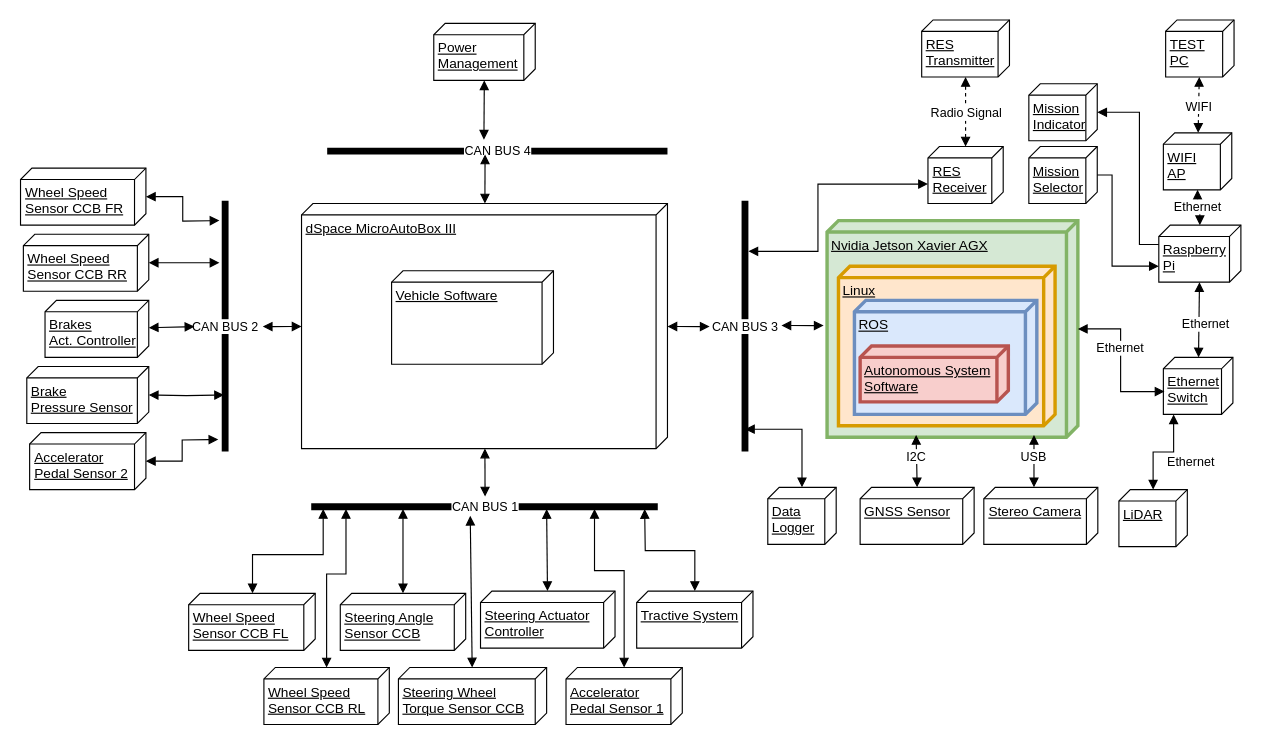
Above: ressources/figures/AS_Deployment_Diagram.drawio in Beomar97/path-planning-docs (draw.io), before the change. Source tidied: cells renumbered, new cells numbered last; positions are measured from the earlier drawing's top-left corner, leaving out a move shared by most shapes. Both pictures are drawn from the tidied source at 114%, with x=0, y=0 at pixel (21, 19).
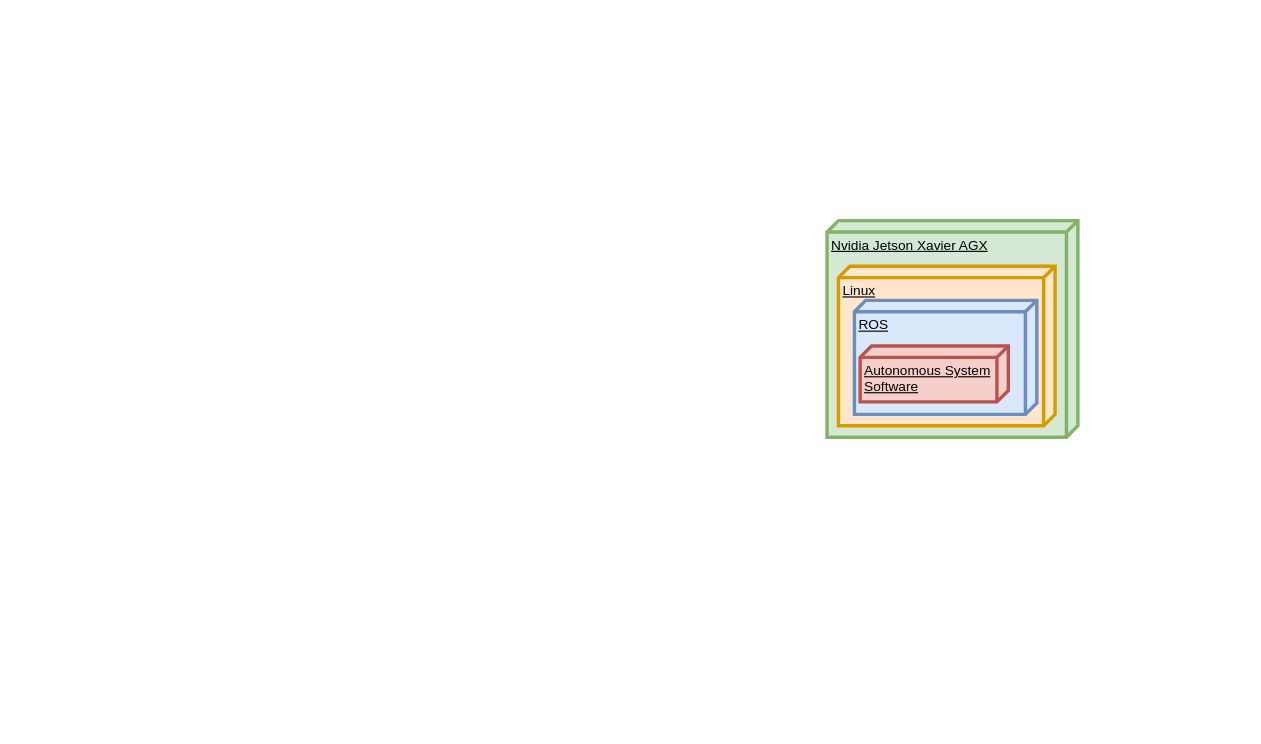
After the change.

Unchanged cells that the change refers to:
```xml
<mxCell id="3" value="Nvidia Jetson Xavier AGX" style="verticalAlign=top;align=left;spacingTop=8;spacingLeft=2;spacingRight=12;shape=cube;size=10;direction=south;fontStyle=4;html=1;fillColor=#d5e8d4;strokeColor=#82b366;strokeWidth=3;" parent="1" vertex="1">
  <mxGeometry x="707" y="176" width="220" height="190" as="geometry" />
</mxCell>
```

The edit, as a diff of the source:
```diff
@@
-    <mxCell id="2" value="dSpace MicroAutoBox III" style="verticalAlign=top;align=left;spacingTop=8;spacingLeft=2;spacingRight=12;shape=cube;size=10;direction=south;fontStyle=4;html=1;" parent="1" vertex="1">
-      <mxGeometry x="246" y="161" width="321" height="215" as="geometry" />
-    </mxCell>
@@
-    <mxCell id="4" value="Vehicle Software" style="verticalAlign=top;align=left;spacingTop=8;spacingLeft=2;spacingRight=12;shape=cube;size=10;direction=south;fontStyle=4;html=1;" parent="1" vertex="1">
-      <mxGeometry x="325" y="220" width="142" height="82" as="geometry" />
-    </mxCell>
-    <mxCell id="5" value="Steering Actuator&lt;br&gt;Controller" style="verticalAlign=top;align=left;spacingTop=8;spacingLeft=2;spacingRight=12;shape=cube;size=10;direction=south;fontStyle=4;html=1;" parent="1" vertex="1">
-      <mxGeometry x="403" y="501" width="118" height="50" as="geometry" />
-    </mxCell>
-    <mxCell id="6" value="Brake&lt;br&gt;Pressure Sensor" style="verticalAlign=top;align=left;spacingTop=8;spacingLeft=2;spacingRight=12;shape=cube;size=10;direction=south;fontStyle=4;html=1;" parent="1" vertex="1">
-      <mxGeometry x="5" y="304" width="107" height="50" as="geometry" />
-    </mxCell>
-    <mxCell id="7" value="Steering Angle&lt;br&gt;Sensor CCB" style="verticalAlign=top;align=left;spacingTop=8;spacingLeft=2;spacingRight=12;shape=cube;size=10;direction=south;fontStyle=4;html=1;" parent="1" vertex="1">
-      <mxGeometry x="280" y="503" width="110" height="50" as="geometry" />
-    </mxCell>
-    <mxCell id="8" value="Wheel Speed&lt;br&gt;Sensor CCB FL" style="verticalAlign=top;align=left;spacingTop=8;spacingLeft=2;spacingRight=12;shape=cube;size=10;direction=south;fontStyle=4;html=1;" parent="1" vertex="1">
-      <mxGeometry x="147" y="503" width="111" height="50" as="geometry" />
-    </mxCell>
-    <mxCell id="9" value="Steering Wheel&lt;br&gt;Torque Sensor CCB" style="verticalAlign=top;align=left;spacingTop=8;spacingLeft=2;spacingRight=12;shape=cube;size=10;direction=south;fontStyle=4;html=1;" parent="1" vertex="1">
-      <mxGeometry x="331" y="568" width="130" height="50" as="geometry" />
-    </mxCell>
-    <mxCell id="10" value="Wheel Speed&lt;br&gt;Sensor CCB FR" style="verticalAlign=top;align=left;spacingTop=8;spacingLeft=2;spacingRight=12;shape=cube;size=10;direction=south;fontStyle=4;html=1;" parent="1" vertex="1">
-      <mxGeometry x="-0.5" y="130" width="110" height="50" as="geometry" />
-    </mxCell>
-    <mxCell id="11" value="Wheel Speed&lt;br&gt;Sensor CCB RR" style="verticalAlign=top;align=left;spacingTop=8;spacingLeft=2;spacingRight=12;shape=cube;size=10;direction=south;fontStyle=4;html=1;" parent="1" vertex="1">
-      <mxGeometry x="2" y="188" width="110" height="50" as="geometry" />
-    </mxCell>
-    <mxCell id="12" value="Wheel Speed&lt;br&gt;Sensor CCB RL" style="verticalAlign=top;align=left;spacingTop=8;spacingLeft=2;spacingRight=12;shape=cube;size=10;direction=south;fontStyle=4;html=1;" parent="1" vertex="1">
-      <mxGeometry x="213" y="568" width="110" height="50" as="geometry" />
-    </mxCell>
-    <mxCell id="13" value="Ethernet&lt;br&gt;Switch" style="verticalAlign=top;align=left;spacingTop=8;spacingLeft=2;spacingRight=12;shape=cube;size=10;direction=south;fontStyle=4;html=1;" parent="1" vertex="1">
-      <mxGeometry x="1002" y="296" width="61" height="50" as="geometry" />
-    </mxCell>
-    <mxCell id="14" value="Stereo Camera" style="verticalAlign=top;align=left;spacingTop=8;spacingLeft=2;spacingRight=12;shape=cube;size=10;direction=south;fontStyle=4;html=1;" parent="1" vertex="1">
-      <mxGeometry x="844.5" y="410" width="100" height="50" as="geometry" />
-    </mxCell>
-    <mxCell id="15" value="GNSS Sensor" style="verticalAlign=top;align=left;spacingTop=8;spacingLeft=2;spacingRight=12;shape=cube;size=10;direction=south;fontStyle=4;html=1;" parent="1" vertex="1">
-      <mxGeometry x="736" y="410" width="100" height="50" as="geometry" />
-    </mxCell>
@@
-    <mxCell id="19" style="endArrow=block;startArrow=block;endFill=1;startFill=1;html=1;rounded=0;entryX=0;entryY=0;entryDx=30;entryDy=60;entryPerimeter=0;edgeStyle=orthogonalEdgeStyle;" parent="1" edge="1" source="3" target="13">
-      <mxGeometry relative="1" as="geometry" />
-    </mxCell>
-    <mxCell id="20" value="Ethernet" style="edgeLabel;html=1;align=center;verticalAlign=middle;" parent="19" vertex="1">
-      <mxGeometry x="-0.14" y="-3" relative="1" as="geometry">
-        <mxPoint x="2" y="-2" as="offset" />
-      </mxGeometry>
-    </mxCell>
-    <mxCell id="21" style="endArrow=block;startArrow=block;endFill=1;startFill=1;html=1;rounded=0;edgeStyle=orthogonalEdgeStyle;" parent="1" edge="1" target="14">
-      <mxGeometry relative="1" as="geometry">
-        <mxPoint x="888.5" y="364" as="sourcePoint" />
-        <Array as="points">
-          <mxPoint x="888.5" y="390" />
-          <mxPoint x="888.5" y="390" />
-        </Array>
-      </mxGeometry>
-    </mxCell>
-    <mxCell id="22" value="USB" style="edgeLabel;html=1;align=center;verticalAlign=middle;" parent="21" vertex="1">
-      <mxGeometry x="-0.14" y="-3" relative="1" as="geometry">
-        <mxPoint x="2" y="-2" as="offset" />
-      </mxGeometry>
-    </mxCell>
-    <mxCell id="23" style="endArrow=block;startArrow=block;endFill=1;startFill=1;html=1;rounded=0;edgeStyle=orthogonalEdgeStyle;exitX=1;exitY=0.577;exitDx=0;exitDy=0;exitPerimeter=0;" parent="1" edge="1" target="15">
-      <mxGeometry relative="1" as="geometry">
-        <mxPoint x="785.1" y="364" as="sourcePoint" />
-      </mxGeometry>
-    </mxCell>
-    <mxCell id="24" value="I2C" style="edgeLabel;html=1;align=center;verticalAlign=middle;" parent="23" vertex="1">
-      <mxGeometry x="-0.14" y="-3" relative="1" as="geometry">
-        <mxPoint x="2" y="-2" as="offset" />
-      </mxGeometry>
-    </mxCell>
-    <mxCell id="25" value="Tractive System" style="verticalAlign=top;align=left;spacingTop=8;spacingLeft=2;spacingRight=12;shape=cube;size=10;direction=south;fontStyle=4;html=1;" parent="1" vertex="1">
-      <mxGeometry x="540" y="501" width="102" height="50" as="geometry" />
-    </mxCell>
-    <mxCell id="26" value="LiDAR" style="verticalAlign=top;align=left;spacingTop=8;spacingLeft=2;spacingRight=12;shape=cube;size=10;direction=south;fontStyle=4;html=1;" parent="1" vertex="1">
-      <mxGeometry x="963" y="412" width="60" height="50" as="geometry" />
-    </mxCell>
-    <mxCell id="27" value="Raspberry&lt;br&gt;Pi" style="verticalAlign=top;align=left;spacingTop=8;spacingLeft=2;spacingRight=12;shape=cube;size=10;direction=south;fontStyle=4;html=1;" parent="1" vertex="1">
-      <mxGeometry x="998" y="180" width="72" height="50" as="geometry" />
-    </mxCell>
-    <mxCell id="28" style="endArrow=block;startArrow=block;endFill=1;startFill=1;html=1;rounded=0;" parent="1" edge="1" source="13" target="27">
-      <mxGeometry relative="1" as="geometry" />
-    </mxCell>
-    <mxCell id="29" value="Ethernet" style="edgeLabel;html=1;align=center;verticalAlign=middle;" parent="28" vertex="1">
-      <mxGeometry x="-0.14" y="-3" relative="1" as="geometry">
-        <mxPoint x="2" y="-2" as="offset" />
-      </mxGeometry>
-    </mxCell>
-    <mxCell id="30" style="endArrow=block;startArrow=block;endFill=1;startFill=1;html=1;rounded=0;edgeStyle=orthogonalEdgeStyle;" parent="1" edge="1" source="13" target="26">
-      <mxGeometry relative="1" as="geometry">
-        <Array as="points">
-          <mxPoint x="1011" y="379" />
-          <mxPoint x="993" y="379" />
-        </Array>
-      </mxGeometry>
-    </mxCell>
-    <mxCell id="31" value="Ethernet" style="edgeLabel;html=1;align=center;verticalAlign=middle;" parent="30" vertex="1">
-      <mxGeometry x="-0.14" y="-3" relative="1" as="geometry">
-        <mxPoint x="17" y="11" as="offset" />
-      </mxGeometry>
-    </mxCell>
-    <mxCell id="32" value="RES&lt;br&gt;Receiver" style="verticalAlign=top;align=left;spacingTop=8;spacingLeft=2;spacingRight=12;shape=cube;size=10;direction=south;fontStyle=4;html=1;" parent="1" vertex="1">
-      <mxGeometry x="795.5" y="111" width="66" height="50" as="geometry" />
-    </mxCell>
-    <mxCell id="33" value="RES&lt;br&gt;Transmitter" style="verticalAlign=top;align=left;spacingTop=8;spacingLeft=2;spacingRight=12;shape=cube;size=10;direction=south;fontStyle=4;html=1;" parent="1" vertex="1">
-      <mxGeometry x="790" width="77" height="50" as="geometry" />
-    </mxCell>
-    <mxCell id="34" style="endArrow=block;startArrow=block;endFill=1;startFill=1;html=1;rounded=0;dashed=1;" parent="1" edge="1" source="33" target="32">
-      <mxGeometry relative="1" as="geometry" />
-    </mxCell>
-    <mxCell id="35" value="Radio Signal" style="edgeLabel;html=1;align=center;verticalAlign=middle;" parent="34" vertex="1">
-      <mxGeometry x="-0.14" y="-3" relative="1" as="geometry">
-        <mxPoint x="3" y="5" as="offset" />
-      </mxGeometry>
-    </mxCell>
-    <mxCell id="36" value="TEST&lt;br&gt;PC" style="verticalAlign=top;align=left;spacingTop=8;spacingLeft=2;spacingRight=12;shape=cube;size=10;direction=south;fontStyle=4;html=1;" parent="1" vertex="1">
-      <mxGeometry x="1004" width="60" height="50" as="geometry" />
-    </mxCell>
-    <mxCell id="37" style="endArrow=block;startArrow=block;endFill=1;startFill=1;html=1;rounded=0;dashed=1;" parent="1" edge="1" source="71" target="36">
-      <mxGeometry relative="1" as="geometry" />
-    </mxCell>
-    <mxCell id="38" value="WIFI" style="edgeLabel;html=1;align=center;verticalAlign=middle;" parent="37" vertex="1">
-      <mxGeometry x="-0.14" y="-3" relative="1" as="geometry">
-        <mxPoint x="-3" y="-3" as="offset" />
-      </mxGeometry>
-    </mxCell>
-    <mxCell id="39" value="Power&lt;br&gt;Management" style="verticalAlign=top;align=left;spacingTop=8;spacingLeft=2;spacingRight=12;shape=cube;size=10;direction=south;fontStyle=4;html=1;" parent="1" vertex="1">
-      <mxGeometry x="362" y="3" width="89" height="50" as="geometry" />
-    </mxCell>
-    <mxCell id="40" style="endArrow=block;startArrow=block;endFill=1;startFill=1;html=1;rounded=0;" parent="1" edge="1" target="39">
-      <mxGeometry relative="1" as="geometry">
-        <mxPoint x="406" y="105" as="sourcePoint" />
-      </mxGeometry>
-    </mxCell>
-    <mxCell id="41" value="Accelerator&lt;br&gt;Pedal Sensor 1" style="verticalAlign=top;align=left;spacingTop=8;spacingLeft=2;spacingRight=12;shape=cube;size=10;direction=south;fontStyle=4;html=1;" parent="1" vertex="1">
-      <mxGeometry x="478" y="568" width="102" height="50" as="geometry" />
-    </mxCell>
-    <mxCell id="42" value="Accelerator&lt;br&gt;Pedal Sensor 2" style="verticalAlign=top;align=left;spacingTop=8;spacingLeft=2;spacingRight=12;shape=cube;size=10;direction=south;fontStyle=4;html=1;" parent="1" vertex="1">
-      <mxGeometry x="7.5" y="362" width="102" height="50" as="geometry" />
-    </mxCell>
-    <mxCell id="43" value="Brakes&lt;br&gt;Act. Controller" style="verticalAlign=top;align=left;spacingTop=8;spacingLeft=2;spacingRight=12;shape=cube;size=10;direction=south;fontStyle=4;html=1;" parent="1" vertex="1">
-      <mxGeometry x="21" y="246" width="91" height="50" as="geometry" />
-    </mxCell>
-    <mxCell id="44" value="CAN BUS 3" style="endArrow=none;html=1;rounded=0;strokeWidth=6;" parent="1" edge="1">
-      <mxGeometry relative="1" as="geometry">
-        <mxPoint x="635" y="378.5" as="sourcePoint" />
-        <mxPoint x="635" y="158.5" as="targetPoint" />
-      </mxGeometry>
-    </mxCell>
-    <mxCell id="45" value="CAN BUS 4" style="endArrow=none;html=1;rounded=0;strokeWidth=6;" parent="1" edge="1">
-      <mxGeometry relative="1" as="geometry">
-        <mxPoint x="268.5" y="115" as="sourcePoint" />
-        <mxPoint x="567" y="115" as="targetPoint" />
-      </mxGeometry>
-    </mxCell>
-    <mxCell id="46" value="CAN BUS 2" style="endArrow=none;html=1;rounded=0;strokeWidth=6;" parent="1" edge="1">
-      <mxGeometry relative="1" as="geometry">
-        <mxPoint x="179" y="378.5" as="sourcePoint" />
-        <mxPoint x="179" y="158.5" as="targetPoint" />
-      </mxGeometry>
-    </mxCell>
-    <mxCell id="47" value="CAN BUS 1" style="endArrow=none;html=1;rounded=0;strokeWidth=6;" parent="1" edge="1">
-      <mxGeometry relative="1" as="geometry">
-        <mxPoint x="558.5" y="427" as="sourcePoint" />
-        <mxPoint x="254.5" y="427" as="targetPoint" />
-      </mxGeometry>
-    </mxCell>
-    <mxCell id="48" style="endArrow=block;startArrow=block;endFill=1;startFill=1;html=1;rounded=0;" parent="1" edge="1" source="2">
-      <mxGeometry relative="1" as="geometry">
-        <mxPoint x="407" y="118" as="targetPoint" />
-      </mxGeometry>
-    </mxCell>
-    <mxCell id="49" style="endArrow=block;startArrow=block;endFill=1;startFill=1;html=1;rounded=0;" parent="1" edge="1" source="2">
-      <mxGeometry relative="1" as="geometry">
-        <mxPoint x="604" y="269" as="targetPoint" />
-      </mxGeometry>
-    </mxCell>
-    <mxCell id="50" style="endArrow=block;startArrow=block;endFill=1;startFill=1;html=1;rounded=0;" parent="1" edge="1" source="2">
-      <mxGeometry relative="1" as="geometry">
-        <mxPoint x="407" y="418" as="targetPoint" />
-      </mxGeometry>
-    </mxCell>
-    <mxCell id="51" style="endArrow=block;startArrow=block;endFill=1;startFill=1;html=1;rounded=0;" parent="1" edge="1" source="2">
-      <mxGeometry relative="1" as="geometry">
-        <mxPoint x="212" y="269" as="targetPoint" />
-      </mxGeometry>
-    </mxCell>
-    <mxCell id="52" style="endArrow=block;startArrow=block;endFill=1;startFill=1;html=1;rounded=0;" parent="1" edge="1">
-      <mxGeometry relative="1" as="geometry">
-        <mxPoint x="667" y="268" as="sourcePoint" />
-        <mxPoint x="704" y="268.1" as="targetPoint" />
-      </mxGeometry>
-    </mxCell>
-    <mxCell id="53" style="endArrow=block;startArrow=block;endFill=1;startFill=1;html=1;rounded=0;edgeStyle=orthogonalEdgeStyle;" parent="1" edge="1" target="32">
-      <mxGeometry relative="1" as="geometry">
-        <mxPoint x="638" y="203" as="sourcePoint" />
-        <Array as="points">
-          <mxPoint x="699" y="203" />
-          <mxPoint x="699" y="144" />
-        </Array>
-      </mxGeometry>
-    </mxCell>
-    <mxCell id="54" style="endArrow=block;startArrow=block;endFill=1;startFill=1;html=1;rounded=0;edgeStyle=orthogonalEdgeStyle;" parent="1" edge="1" target="25">
-      <mxGeometry relative="1" as="geometry">
-        <mxPoint x="547" y="429" as="sourcePoint" />
-      </mxGeometry>
-    </mxCell>
-    <mxCell id="55" style="endArrow=block;startArrow=block;endFill=1;startFill=1;html=1;rounded=0;" parent="1" edge="1" target="5">
-      <mxGeometry relative="1" as="geometry">
-        <mxPoint x="461" y="429" as="sourcePoint" />
-      </mxGeometry>
-    </mxCell>
-    <mxCell id="56" style="endArrow=block;startArrow=block;endFill=1;startFill=1;html=1;rounded=0;" parent="1" edge="1" target="9">
-      <mxGeometry relative="1" as="geometry">
-        <mxPoint x="394" y="435" as="sourcePoint" />
-      </mxGeometry>
-    </mxCell>
-    <mxCell id="57" style="endArrow=block;startArrow=block;endFill=1;startFill=1;html=1;rounded=0;" parent="1" edge="1" target="7">
-      <mxGeometry relative="1" as="geometry">
-        <mxPoint x="335" y="429" as="sourcePoint" />
-      </mxGeometry>
-    </mxCell>
-    <mxCell id="58" style="endArrow=block;startArrow=block;endFill=1;startFill=1;html=1;rounded=0;edgeStyle=orthogonalEdgeStyle;" parent="1" edge="1" target="41">
-      <mxGeometry relative="1" as="geometry">
-        <mxPoint x="503" y="429" as="sourcePoint" />
-        <Array as="points">
-          <mxPoint x="503" y="429" />
-          <mxPoint x="503" y="483" />
-          <mxPoint x="529" y="483" />
-        </Array>
-      </mxGeometry>
-    </mxCell>
-    <mxCell id="59" style="endArrow=block;startArrow=block;endFill=1;startFill=1;html=1;rounded=0;edgeStyle=orthogonalEdgeStyle;" parent="1" edge="1" target="12">
-      <mxGeometry relative="1" as="geometry">
-        <mxPoint x="285" y="429" as="sourcePoint" />
-        <Array as="points">
-          <mxPoint x="285" y="486" />
-          <mxPoint x="268" y="486" />
-        </Array>
-      </mxGeometry>
-    </mxCell>
-    <mxCell id="60" style="endArrow=block;startArrow=block;endFill=1;startFill=1;html=1;rounded=0;edgeStyle=orthogonalEdgeStyle;" parent="1" edge="1" target="8">
-      <mxGeometry relative="1" as="geometry">
-        <mxPoint x="265" y="429" as="sourcePoint" />
-        <Array as="points">
-          <mxPoint x="265" y="469" />
-          <mxPoint x="203" y="469" />
-        </Array>
-      </mxGeometry>
-    </mxCell>
-    <mxCell id="61" style="endArrow=block;startArrow=block;endFill=1;startFill=1;html=1;rounded=0;edgeStyle=orthogonalEdgeStyle;" parent="1" edge="1" target="6">
-      <mxGeometry relative="1" as="geometry">
-        <mxPoint x="178" y="329" as="sourcePoint" />
-      </mxGeometry>
-    </mxCell>
-    <mxCell id="62" style="endArrow=block;startArrow=block;endFill=1;startFill=1;html=1;rounded=0;" parent="1" edge="1" source="43">
-      <mxGeometry relative="1" as="geometry">
-        <mxPoint x="152" y="269" as="targetPoint" />
-      </mxGeometry>
-    </mxCell>
-    <mxCell id="63" style="endArrow=block;startArrow=block;endFill=1;startFill=1;html=1;rounded=0;edgeStyle=orthogonalEdgeStyle;" parent="1" edge="1" source="11">
-      <mxGeometry relative="1" as="geometry">
-        <mxPoint x="174" y="213" as="targetPoint" />
-      </mxGeometry>
-    </mxCell>
-    <mxCell id="64" style="endArrow=block;startArrow=block;endFill=1;startFill=1;html=1;rounded=0;edgeStyle=orthogonalEdgeStyle;" parent="1" edge="1" source="10">
-      <mxGeometry relative="1" as="geometry">
-        <mxPoint x="174" y="176" as="targetPoint" />
-      </mxGeometry>
-    </mxCell>
-    <mxCell id="65" style="endArrow=block;startArrow=block;endFill=1;startFill=1;html=1;rounded=0;edgeStyle=orthogonalEdgeStyle;" parent="1" edge="1" source="42">
-      <mxGeometry relative="1" as="geometry">
-        <mxPoint x="173" y="368" as="targetPoint" />
-      </mxGeometry>
-    </mxCell>
-    <mxCell id="66" value="Mission&lt;br&gt;Selector" style="verticalAlign=top;align=left;spacingTop=8;spacingLeft=2;spacingRight=12;shape=cube;size=10;direction=south;fontStyle=4;html=1;" parent="1" vertex="1">
-      <mxGeometry x="884" y="111" width="60" height="50" as="geometry" />
-    </mxCell>
-    <mxCell id="67" value="Mission&lt;br&gt;Indicator" style="verticalAlign=top;align=left;spacingTop=8;spacingLeft=2;spacingRight=12;shape=cube;size=10;direction=south;fontStyle=4;html=1;" parent="1" vertex="1">
-      <mxGeometry x="884" y="56" width="60" height="50" as="geometry" />
-    </mxCell>
-    <mxCell id="68" style="endArrow=block;startArrow=none;endFill=1;startFill=0;html=1;rounded=0;edgeStyle=orthogonalEdgeStyle;" parent="1" edge="1" source="66" target="27">
-      <mxGeometry relative="1" as="geometry">
-        <Array as="points">
-          <mxPoint x="957" y="136" />
-          <mxPoint x="957" y="216" />
-        </Array>
-      </mxGeometry>
-    </mxCell>
-    <mxCell id="69" style="endArrow=none;startArrow=block;endFill=0;startFill=1;html=1;rounded=0;edgeStyle=orthogonalEdgeStyle;" parent="1" edge="1" source="67" target="27">
-      <mxGeometry relative="1" as="geometry">
-        <Array as="points">
-          <mxPoint x="981" y="81" />
-          <mxPoint x="981" y="197" />
-        </Array>
-      </mxGeometry>
-    </mxCell>
-    <mxCell id="70" value="Data&lt;br&gt;Logger" style="verticalAlign=top;align=left;spacingTop=8;spacingLeft=2;spacingRight=12;shape=cube;size=10;direction=south;fontStyle=4;html=1;" parent="1" vertex="1">
-      <mxGeometry x="655" y="410" width="60" height="50" as="geometry" />
-    </mxCell>
-    <mxCell id="71" value="WIFI&lt;br&gt;AP" style="verticalAlign=top;align=left;spacingTop=8;spacingLeft=2;spacingRight=12;shape=cube;size=10;direction=south;fontStyle=4;html=1;" parent="1" vertex="1">
-      <mxGeometry x="1002" y="99" width="60" height="50" as="geometry" />
-    </mxCell>
-    <mxCell id="72" style="endArrow=block;startArrow=block;endFill=1;startFill=1;html=1;rounded=0;edgeStyle=orthogonalEdgeStyle;" parent="1" edge="1" source="71" target="27">
-      <mxGeometry relative="1" as="geometry" />
-    </mxCell>
-    <mxCell id="73" value="Ethernet" style="edgeLabel;html=1;align=center;verticalAlign=middle;" parent="72" vertex="1">
-      <mxGeometry x="-0.14" y="-3" relative="1" as="geometry">
-        <mxPoint x="2" as="offset" />
-      </mxGeometry>
-    </mxCell>
-    <mxCell id="74" style="endArrow=block;startArrow=block;endFill=1;startFill=1;html=1;rounded=0;edgeStyle=orthogonalEdgeStyle;" parent="1" edge="1" target="70">
-      <mxGeometry relative="1" as="geometry">
-        <mxPoint x="635" y="359" as="sourcePoint" />
-        <Array as="points">
-          <mxPoint x="685" y="359" />
-        </Array>
-      </mxGeometry>
-    </mxCell>
```
